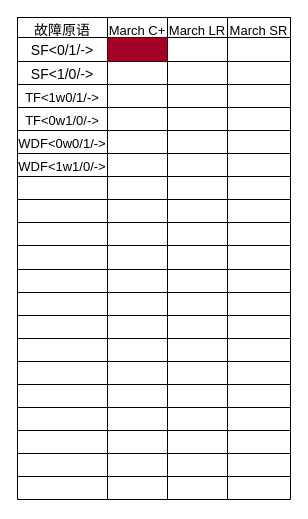
shanshan-lu/homwork keeps this draw.io diagram as doc/compare.drawio. Above is the earlier version. Source tidied: cells renumbered, new cells numbered last; positions are measured from the earlier drawing's top-left corner, leaving out a move shared by most shapes. Both pictures are drawn from the tidied source at 100%, with x=0, y=0 at pixel (17, 17).
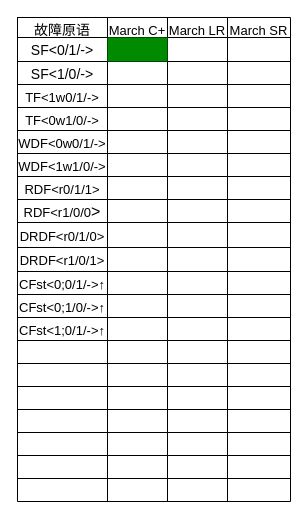
After the change.

The change refers to these unchanged cells:
```xml
<mxCell id="8" style="shape=tableRow;horizontal=0;startSize=0;swimlaneHead=0;swimlaneBody=0;strokeColor=inherit;top=0;left=0;bottom=0;right=0;fillColor=none;fontSize=16;" parent="2" vertex="1">
  <mxGeometry y="20" width="273" height="24" as="geometry" />
</mxCell>
<mxCell id="38" style="shape=tableRow;horizontal=0;startSize=0;swimlaneHead=0;swimlaneBody=0;strokeColor=inherit;top=0;left=0;bottom=0;right=0;fillColor=none;fontSize=16;" parent="2" vertex="1">
  <mxGeometry y="159" width="273" height="23" as="geometry" />
</mxCell>
<mxCell id="43" style="shape=tableRow;horizontal=0;startSize=0;swimlaneHead=0;swimlaneBody=0;strokeColor=inherit;top=0;left=0;bottom=0;right=0;fillColor=none;fontSize=16;" parent="2" vertex="1">
  <mxGeometry y="182" width="273" height="23" as="geometry" />
</mxCell>
```

Change to the diagram source:
```diff
@@
     <mxCell id="2" style="shape=table;startSize=0;childLayout=tableLayout;fontSize=16;" parent="1" vertex="1">
-      <mxGeometry width="273" height="482" as="geometry" />
+      <mxGeometry width="273" height="484" as="geometry" />
     </mxCell>
@@
-    <mxCell id="10" style="shape=partialRectangle;html=1;whiteSpace=wrap;strokeColor=#6F0000;overflow=hidden;fillColor=#a20025;top=0;left=0;bottom=0;right=0;fontSize=16;fontColor=#ffffff;" parent="8" vertex="1">
+    <mxCell id="10" style="shape=partialRectangle;html=1;whiteSpace=wrap;strokeColor=#005700;overflow=hidden;fillColor=#008a00;top=0;left=0;bottom=0;right=0;fontSize=16;fontColor=#ffffff;" parent="8" vertex="1">
       <mxGeometry x="90" width="60" height="24" as="geometry" />
     </mxCell>
@@
-    <mxCell id="39" style="shape=partialRectangle;html=1;whiteSpace=wrap;strokeColor=inherit;overflow=hidden;fillColor=none;top=0;left=0;bottom=0;right=0;fontSize=16;" parent="38" vertex="1">
+    <mxCell id="39" value="&lt;font style=&quot;font-size: 13px;&quot;&gt;RDF&amp;lt;r0/1/1&amp;gt;&lt;/font&gt;" style="shape=partialRectangle;html=1;whiteSpace=wrap;strokeColor=inherit;overflow=hidden;fillColor=none;top=0;left=0;bottom=0;right=0;fontSize=16;" parent="38" vertex="1">
       <mxGeometry width="90" height="23" as="geometry" />
     </mxCell>
@@
-    <mxCell id="44" style="shape=partialRectangle;html=1;whiteSpace=wrap;strokeColor=inherit;overflow=hidden;fillColor=none;top=0;left=0;bottom=0;right=0;fontSize=16;" parent="43" vertex="1">
+    <mxCell id="44" value="&lt;font style=&quot;font-size: 13px;&quot;&gt;RDF&amp;lt;r1/0/0&lt;/font&gt;&amp;gt;" style="shape=partialRectangle;html=1;whiteSpace=wrap;strokeColor=inherit;overflow=hidden;fillColor=none;top=0;left=0;bottom=0;right=0;fontSize=16;align=center;" parent="43" vertex="1">
       <mxGeometry width="90" height="23" as="geometry" />
     </mxCell>
@@
     <mxCell id="48" style="shape=tableRow;horizontal=0;startSize=0;swimlaneHead=0;swimlaneBody=0;strokeColor=inherit;top=0;left=0;bottom=0;right=0;fillColor=none;fontSize=16;" parent="2" vertex="1">
-      <mxGeometry y="205" width="273" height="23" as="geometry" />
+      <mxGeometry y="205" width="273" height="25" as="geometry" />
     </mxCell>
-    <mxCell id="49" style="shape=partialRectangle;html=1;whiteSpace=wrap;strokeColor=inherit;overflow=hidden;fillColor=none;top=0;left=0;bottom=0;right=0;fontSize=16;" parent="48" vertex="1">
-      <mxGeometry width="90" height="23" as="geometry" />
+    <mxCell id="49" value="&lt;font style=&quot;font-size: 13px;&quot;&gt;DRDF&amp;lt;r0/1/0&amp;gt;&lt;/font&gt;" style="shape=partialRectangle;html=1;whiteSpace=wrap;strokeColor=inherit;overflow=hidden;fillColor=none;top=0;left=0;bottom=0;right=0;fontSize=16;" parent="48" vertex="1">
+      <mxGeometry width="90" height="25" as="geometry" />
     </mxCell>
     <mxCell id="50" style="shape=partialRectangle;html=1;whiteSpace=wrap;strokeColor=inherit;overflow=hidden;fillColor=none;top=0;left=0;bottom=0;right=0;fontSize=16;" parent="48" vertex="1">
-      <mxGeometry x="90" width="60" height="23" as="geometry" />
+      <mxGeometry x="90" width="60" height="25" as="geometry" />
     </mxCell>
     <mxCell id="51" style="shape=partialRectangle;html=1;whiteSpace=wrap;strokeColor=inherit;overflow=hidden;fillColor=none;top=0;left=0;bottom=0;right=0;fontSize=16;" parent="48" vertex="1">
-      <mxGeometry x="150" width="60" height="23" as="geometry" />
+      <mxGeometry x="150" width="60" height="25" as="geometry" />
     </mxCell>
     <mxCell id="52" style="shape=partialRectangle;html=1;whiteSpace=wrap;strokeColor=inherit;overflow=hidden;fillColor=none;top=0;left=0;bottom=0;right=0;fontSize=16;" parent="48" vertex="1">
-      <mxGeometry x="210" width="63" height="23" as="geometry" />
+      <mxGeometry x="210" width="63" height="25" as="geometry" />
     </mxCell>
     <mxCell id="53" style="shape=tableRow;horizontal=0;startSize=0;swimlaneHead=0;swimlaneBody=0;strokeColor=inherit;top=0;left=0;bottom=0;right=0;fillColor=none;fontSize=16;" parent="2" vertex="1">
-      <mxGeometry y="228" width="273" height="24" as="geometry" />
+      <mxGeometry y="230" width="273" height="24" as="geometry" />
     </mxCell>
-    <mxCell id="54" style="shape=partialRectangle;html=1;whiteSpace=wrap;strokeColor=inherit;overflow=hidden;fillColor=none;top=0;left=0;bottom=0;right=0;fontSize=16;" parent="53" vertex="1">
+    <mxCell id="54" value="&lt;font style=&quot;font-size: 13px;&quot;&gt;DRDF&amp;lt;r1/0/1&amp;gt;&lt;/font&gt;" style="shape=partialRectangle;html=1;whiteSpace=wrap;strokeColor=inherit;overflow=hidden;fillColor=none;top=0;left=0;bottom=0;right=0;fontSize=16;" parent="53" vertex="1">
       <mxGeometry width="90" height="24" as="geometry" />
     </mxCell>
@@
     <mxCell id="58" style="shape=tableRow;horizontal=0;startSize=0;swimlaneHead=0;swimlaneBody=0;strokeColor=inherit;top=0;left=0;bottom=0;right=0;fillColor=none;fontSize=16;" parent="2" vertex="1">
-      <mxGeometry y="252" width="273" height="23" as="geometry" />
+      <mxGeometry y="254" width="273" height="23" as="geometry" />
     </mxCell>
-    <mxCell id="59" style="shape=partialRectangle;html=1;whiteSpace=wrap;strokeColor=inherit;overflow=hidden;fillColor=none;top=0;left=0;bottom=0;right=0;fontSize=16;" parent="58" vertex="1">
+    <mxCell id="59" value="&lt;font style=&quot;font-size: 13px;&quot;&gt;CFst&amp;lt;0;0/1/-&amp;gt;↑&lt;/font&gt;" style="shape=partialRectangle;html=1;whiteSpace=wrap;strokeColor=inherit;overflow=hidden;fillColor=none;top=0;left=0;bottom=0;right=0;fontSize=16;" parent="58" vertex="1">
       <mxGeometry width="90" height="23" as="geometry" />
     </mxCell>
@@
     <mxCell id="63" style="shape=tableRow;horizontal=0;startSize=0;swimlaneHead=0;swimlaneBody=0;strokeColor=inherit;top=0;left=0;bottom=0;right=0;fillColor=none;fontSize=16;" parent="2" vertex="1">
-      <mxGeometry y="275" width="273" height="23" as="geometry" />
+      <mxGeometry y="277" width="273" height="23" as="geometry" />
     </mxCell>
-    <mxCell id="64" style="shape=partialRectangle;html=1;whiteSpace=wrap;strokeColor=inherit;overflow=hidden;fillColor=none;top=0;left=0;bottom=0;right=0;fontSize=16;" parent="63" vertex="1">
+    <mxCell id="64" value="&lt;font style=&quot;font-size: 13px;&quot;&gt;C&lt;/font&gt;&lt;font style=&quot;font-size: 13px;&quot;&gt;Fst&amp;lt;0;1/0/-&amp;gt;↑&lt;/font&gt;" style="shape=partialRectangle;html=1;whiteSpace=wrap;strokeColor=inherit;overflow=hidden;fillColor=none;top=0;left=0;bottom=0;right=0;fontSize=16;" parent="63" vertex="1">
       <mxGeometry width="90" height="23" as="geometry" />
     </mxCell>
@@
     <mxCell id="68" style="shape=tableRow;horizontal=0;startSize=0;swimlaneHead=0;swimlaneBody=0;strokeColor=inherit;top=0;left=0;bottom=0;right=0;fillColor=none;fontSize=16;" parent="2" vertex="1">
-      <mxGeometry y="298" width="273" height="23" as="geometry" />
+      <mxGeometry y="300" width="273" height="23" as="geometry" />
     </mxCell>
-    <mxCell id="69" style="shape=partialRectangle;html=1;whiteSpace=wrap;strokeColor=inherit;overflow=hidden;fillColor=none;top=0;left=0;bottom=0;right=0;fontSize=16;" parent="68" vertex="1">
+    <mxCell id="69" value="&lt;font style=&quot;font-size: 13px;&quot;&gt;CFst&amp;lt;1;0/1/-&amp;gt;↑&lt;/font&gt;" style="shape=partialRectangle;html=1;whiteSpace=wrap;strokeColor=inherit;overflow=hidden;fillColor=none;top=0;left=0;bottom=0;right=0;fontSize=16;" parent="68" vertex="1">
       <mxGeometry width="90" height="23" as="geometry" />
     </mxCell>
@@
     <mxCell id="73" style="shape=tableRow;horizontal=0;startSize=0;swimlaneHead=0;swimlaneBody=0;strokeColor=inherit;top=0;left=0;bottom=0;right=0;fillColor=none;fontSize=16;" parent="2" vertex="1">
-      <mxGeometry y="321" width="273" height="23" as="geometry" />
+      <mxGeometry y="323" width="273" height="23" as="geometry" />
     </mxCell>
@@
     <mxCell id="78" style="shape=tableRow;horizontal=0;startSize=0;swimlaneHead=0;swimlaneBody=0;strokeColor=inherit;top=0;left=0;bottom=0;right=0;fillColor=none;fontSize=16;" parent="2" vertex="1">
-      <mxGeometry y="344" width="273" height="23" as="geometry" />
+      <mxGeometry y="346" width="273" height="23" as="geometry" />
     </mxCell>
@@
     <mxCell id="83" style="shape=tableRow;horizontal=0;startSize=0;swimlaneHead=0;swimlaneBody=0;strokeColor=inherit;top=0;left=0;bottom=0;right=0;fillColor=none;fontSize=16;" parent="2" vertex="1">
-      <mxGeometry y="367" width="273" height="23" as="geometry" />
+      <mxGeometry y="369" width="273" height="23" as="geometry" />
     </mxCell>
@@
     <mxCell id="88" style="shape=tableRow;horizontal=0;startSize=0;swimlaneHead=0;swimlaneBody=0;strokeColor=inherit;top=0;left=0;bottom=0;right=0;fillColor=none;fontSize=16;" parent="2" vertex="1">
-      <mxGeometry y="390" width="273" height="23" as="geometry" />
+      <mxGeometry y="392" width="273" height="23" as="geometry" />
     </mxCell>
@@
     <mxCell id="93" style="shape=tableRow;horizontal=0;startSize=0;swimlaneHead=0;swimlaneBody=0;strokeColor=inherit;top=0;left=0;bottom=0;right=0;fillColor=none;fontSize=16;" parent="2" vertex="1">
-      <mxGeometry y="413" width="273" height="23" as="geometry" />
+      <mxGeometry y="415" width="273" height="23" as="geometry" />
     </mxCell>
@@
     <mxCell id="98" style="shape=tableRow;horizontal=0;startSize=0;swimlaneHead=0;swimlaneBody=0;strokeColor=inherit;top=0;left=0;bottom=0;right=0;fillColor=none;fontSize=16;" parent="2" vertex="1">
-      <mxGeometry y="436" width="273" height="23" as="geometry" />
+      <mxGeometry y="438" width="273" height="23" as="geometry" />
     </mxCell>
@@
     <mxCell id="103" style="shape=tableRow;horizontal=0;startSize=0;swimlaneHead=0;swimlaneBody=0;strokeColor=inherit;top=0;left=0;bottom=0;right=0;fillColor=none;fontSize=16;" parent="2" vertex="1">
-      <mxGeometry y="459" width="273" height="23" as="geometry" />
+      <mxGeometry y="461" width="273" height="23" as="geometry" />
     </mxCell>
```
